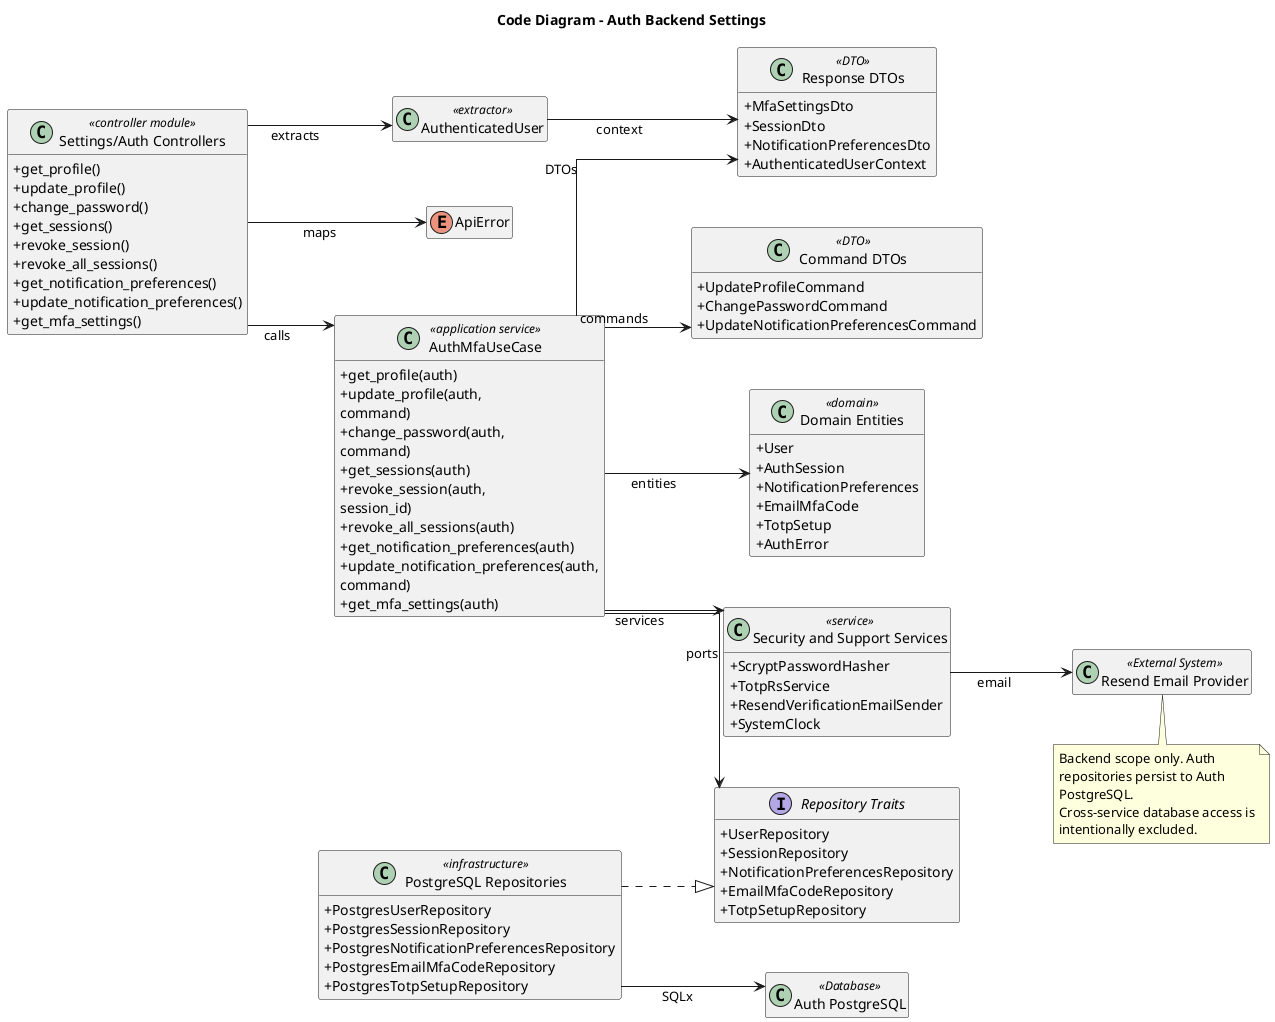
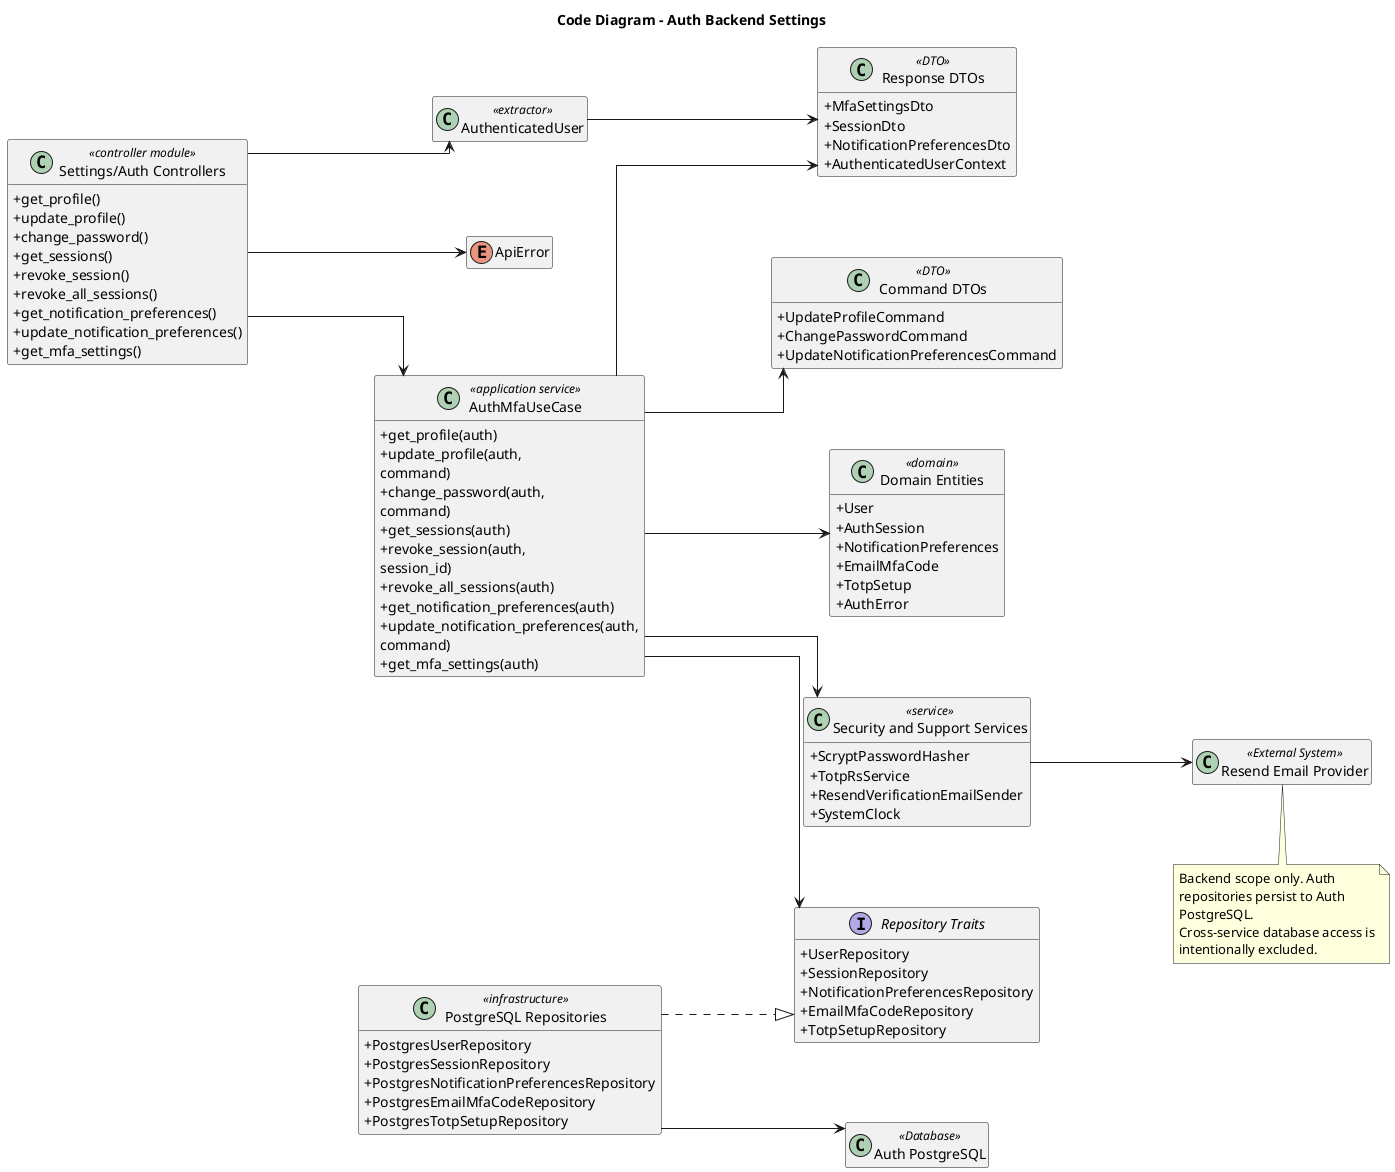
@startuml
title Code Diagram - Auth Backend Settings
left to right direction
skinparam classAttributeIconSize 0
skinparam linetype ortho
- skinparam nodesep 50
- skinparam ranksep 70
+ skinparam nodesep 80
+ skinparam ranksep 110
skinparam wrapWidth 200
hide empty members

class "Settings/Auth Controllers" as Controllers <<controller module>> {
  +get_profile()
  +update_profile()
  +change_password()
  +get_sessions()
  +revoke_session()
  +revoke_all_sessions()
  +get_notification_preferences()
  +update_notification_preferences()
  +get_mfa_settings()
}

class AuthenticatedUser <<extractor>>
enum ApiError

class AuthMfaUseCase <<application service>> {
  +get_profile(auth)
  +update_profile(auth, command)
  +change_password(auth, command)
  +get_sessions(auth)
  +revoke_session(auth, session_id)
  +revoke_all_sessions(auth)
  +get_notification_preferences(auth)
  +update_notification_preferences(auth, command)
  +get_mfa_settings(auth)
}

class "Command DTOs" as CommandDtos <<DTO>> {
  +UpdateProfileCommand
  +ChangePasswordCommand
  +UpdateNotificationPreferencesCommand
}

class "Response DTOs" as ResponseDtos <<DTO>> {
  +MfaSettingsDto
  +SessionDto
  +NotificationPreferencesDto
  +AuthenticatedUserContext
}

class "Domain Entities" as DomainEntities <<domain>> {
  +User
  +AuthSession
  +NotificationPreferences
  +EmailMfaCode
  +TotpSetup
  +AuthError
}

interface "Repository Traits" as RepositoryTraits {
  +UserRepository
  +SessionRepository
  +NotificationPreferencesRepository
  +EmailMfaCodeRepository
  +TotpSetupRepository
}

class "PostgreSQL Repositories" as PostgresRepositories <<infrastructure>> {
  +PostgresUserRepository
  +PostgresSessionRepository
  +PostgresNotificationPreferencesRepository
  +PostgresEmailMfaCodeRepository
  +PostgresTotpSetupRepository
}

class "Security and Support Services" as SecurityServices <<service>> {
  +ScryptPasswordHasher
  +TotpRsService
  +ResendVerificationEmailSender
  +SystemClock
}

class "Auth PostgreSQL" as AuthDB <<Database>>
class "Resend Email Provider" as Resend <<External System>>

- Controllers --> AuthenticatedUser : extracts
- Controllers --> AuthMfaUseCase : calls
- Controllers --> ApiError : maps
- AuthenticatedUser --> ResponseDtos : context
+ Controllers --> AuthenticatedUser
+ Controllers --> AuthMfaUseCase
+ Controllers --> ApiError
+ AuthenticatedUser --> ResponseDtos

- AuthMfaUseCase --> CommandDtos : commands
- AuthMfaUseCase --> ResponseDtos : DTOs
- AuthMfaUseCase --> DomainEntities : entities
- AuthMfaUseCase --> RepositoryTraits : ports
- AuthMfaUseCase --> SecurityServices : services
+ AuthMfaUseCase --> CommandDtos
+ AuthMfaUseCase --> ResponseDtos
+ AuthMfaUseCase --> DomainEntities
+ AuthMfaUseCase --> RepositoryTraits
+ AuthMfaUseCase --> SecurityServices

PostgresRepositories ..|> RepositoryTraits
- PostgresRepositories --> AuthDB : SQLx
- SecurityServices --> Resend : email
+ PostgresRepositories --> AuthDB
+ SecurityServices --> Resend

note bottom
Backend scope only. Auth repositories persist to Auth PostgreSQL.
Cross-service database access is intentionally excluded.
end note
@enduml
